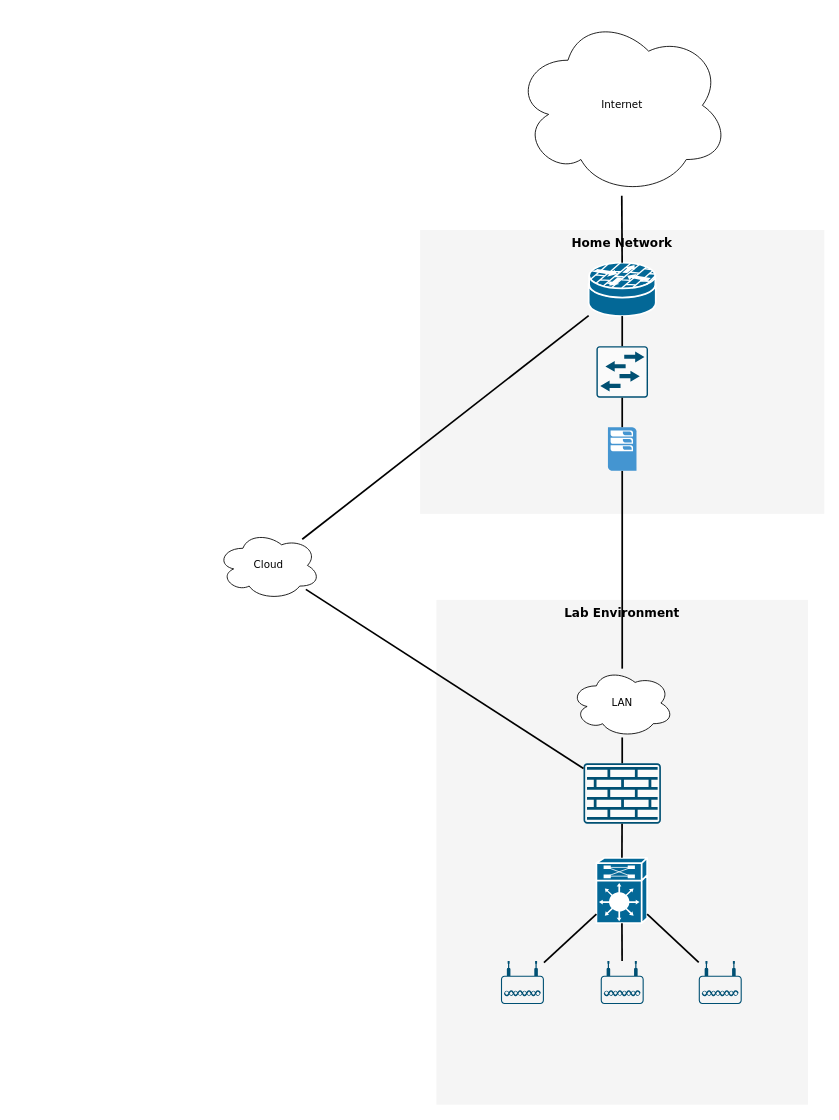
MatKenner/Enterprise-Lab keeps this draw.io diagram as Enterprise Network.drawio. Above is the earlier version. Source tidied: cells renumbered, new cells numbered last; positions are measured from the earlier drawing's top-left corner, leaving out a move shared by most shapes. Both pictures are drawn from the tidied source at 86%, with x=0, y=0 at pixel (217, 15).
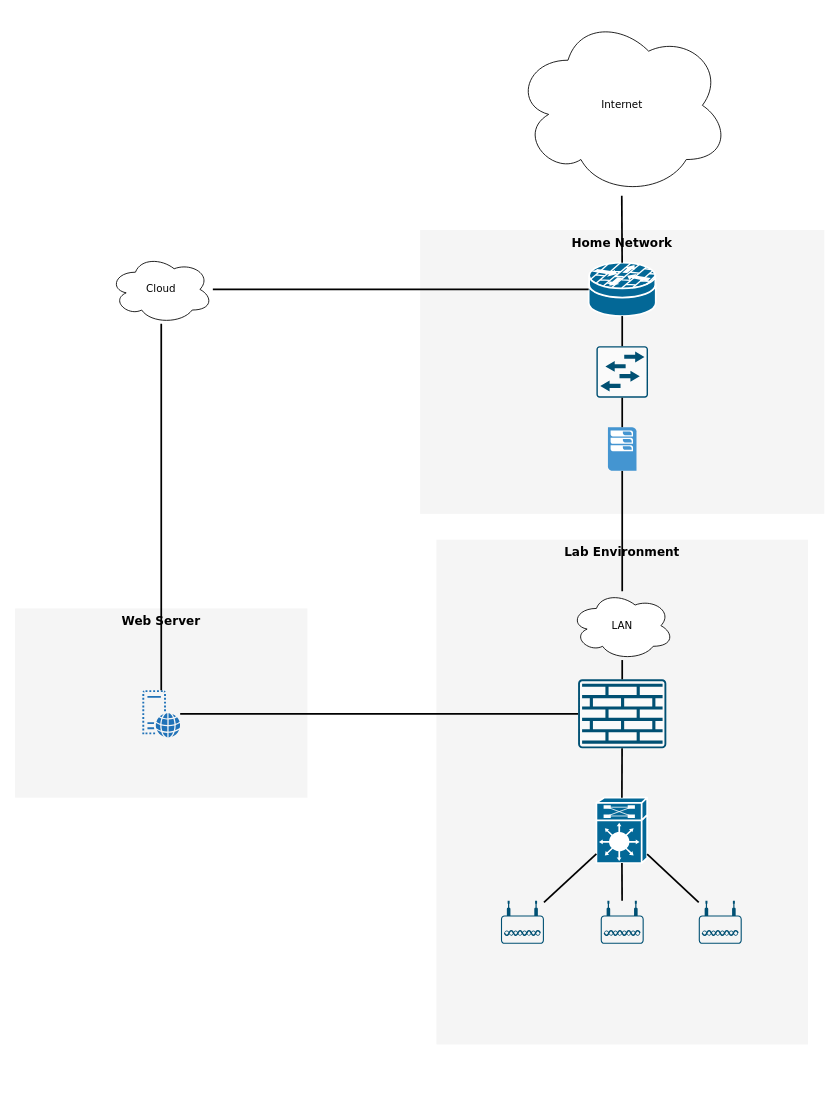
Above is the later version.

What changed in the source:
```diff
@@
     <mxCell id="2" value="Lab Environment" style="whiteSpace=wrap;html=1;rounded=0;shadow=0;comic=0;strokeWidth=1;fontFamily=Verdana;fontSize=14;fillColor=#f5f5f5;strokeColor=none;fontStyle=1;verticalAlign=top;" parent="1" vertex="1">
-      <mxGeometry x="255" y="680" width="432" height="587" as="geometry" />
+      <mxGeometry x="255" y="610" width="432" height="587" as="geometry" />
     </mxCell>
     <mxCell id="3" value="Cloud" style="ellipse;shape=cloud;whiteSpace=wrap;html=1;rounded=0;shadow=0;comic=0;strokeWidth=1;fontFamily=Verdana;fontSize=12;" parent="1" vertex="1">
-      <mxGeometry y="600" width="120" height="80" as="geometry" />
+      <mxGeometry x="-125" y="279" width="120" height="80" as="geometry" />
     </mxCell>
@@
     <mxCell id="5" style="sketch=0;points=[[0.015,0.015,0],[0.985,0.015,0],[0.985,0.985,0],[0.015,0.985,0],[0.25,0,0],[0.5,0,0],[0.75,0,0],[1,0.25,0],[1,0.5,0],[1,0.75,0],[0.75,1,0],[0.5,1,0],[0.25,1,0],[0,0.75,0],[0,0.5,0],[0,0.25,0]];verticalLabelPosition=bottom;html=1;verticalAlign=top;align=center;shape=mxgraph.cisco19.rect;prIcon=firewall;fillColor=#FAFAFA;strokeColor=#005073;" parent="1" vertex="1">
-      <mxGeometry x="426" y="870" width="90" height="70.3" as="geometry" />
+      <mxGeometry x="419.7" y="772.4" width="102.6" height="80.2" as="geometry" />
     </mxCell>
     <mxCell id="6" style="shape=mxgraph.cisco.misc.route_switch_processor;html=1;dashed=0;fillColor=#036897;strokeColor=#ffffff;strokeWidth=2;verticalLabelPosition=bottom;verticalAlign=top;rounded=0;shadow=0;comic=0;fontFamily=Verdana;fontSize=12;" parent="1" vertex="1">
-      <mxGeometry x="441" y="980" width="59" height="76" as="geometry" />
+      <mxGeometry x="441" y="910" width="59" height="76" as="geometry" />
     </mxCell>
@@
     <mxCell id="14" value="LAN" style="ellipse;shape=cloud;whiteSpace=wrap;html=1;rounded=0;shadow=0;comic=0;strokeWidth=1;fontFamily=Verdana;fontSize=12;" parent="1" vertex="1">
-      <mxGeometry x="411" y="760" width="120" height="80" as="geometry" />
+      <mxGeometry x="411" y="670" width="120" height="80" as="geometry" />
     </mxCell>
     <mxCell id="15" style="points=[[0.03,0.36,0],[0.18,0,0],[0.5,0.34,0],[0.82,0,0],[0.97,0.36,0],[1,0.67,0],[0.975,0.975,0],[0.5,1,0],[0.025,0.975,0],[0,0.67,0]];verticalLabelPosition=bottom;sketch=0;html=1;verticalAlign=top;align=center;shape=mxgraph.cisco19.wireless_access_point;fillColor=#005073;strokeColor=none;" parent="1" vertex="1">
-      <mxGeometry x="446" y="1100" width="50" height="50" as="geometry" />
+      <mxGeometry x="446" y="1030" width="50" height="50" as="geometry" />
     </mxCell>
     <mxCell id="16" style="points=[[0.03,0.36,0],[0.18,0,0],[0.5,0.34,0],[0.82,0,0],[0.97,0.36,0],[1,0.67,0],[0.975,0.975,0],[0.5,1,0],[0.025,0.975,0],[0,0.67,0]];verticalLabelPosition=bottom;sketch=0;html=1;verticalAlign=top;align=center;shape=mxgraph.cisco19.wireless_access_point;fillColor=#005073;strokeColor=none;" parent="1" vertex="1">
-      <mxGeometry x="330" y="1100" width="50" height="50" as="geometry" />
+      <mxGeometry x="330" y="1030" width="50" height="50" as="geometry" />
     </mxCell>
     <mxCell id="17" style="points=[[0.03,0.36,0],[0.18,0,0],[0.5,0.34,0],[0.82,0,0],[0.97,0.36,0],[1,0.67,0],[0.975,0.975,0],[0.5,1,0],[0.025,0.975,0],[0,0.67,0]];verticalLabelPosition=bottom;sketch=0;html=1;verticalAlign=top;align=center;shape=mxgraph.cisco19.wireless_access_point;fillColor=#005073;strokeColor=none;" parent="1" vertex="1">
-      <mxGeometry x="560" y="1100" width="50" height="50" as="geometry" />
+      <mxGeometry x="560" y="1030" width="50" height="50" as="geometry" />
     </mxCell>
@@
-    <mxCell id="25" style="edgeStyle=none;html=1;labelBackgroundColor=none;startFill=0;endArrow=none;endFill=0;strokeWidth=2;fontFamily=Verdana;fontSize=12;" parent="1" edge="1" source="3" target="5">
-      <mxGeometry relative="1" as="geometry" />
-    </mxCell>
+    <mxCell id="26" value="Web Server" style="whiteSpace=wrap;html=1;rounded=0;shadow=0;comic=0;strokeWidth=1;fontFamily=Verdana;fontSize=14;fillColor=#f5f5f5;strokeColor=none;fontStyle=1;verticalAlign=top;" parent="1" vertex="1">
+      <mxGeometry x="-235" y="690" width="340" height="220" as="geometry" />
+    </mxCell>
+    <mxCell id="27" style="sketch=0;shadow=0;dashed=0;html=1;strokeColor=none;labelPosition=center;verticalLabelPosition=bottom;verticalAlign=top;outlineConnect=0;align=center;shape=mxgraph.office.servers.virtual_web_server;fillColor=#2072B8;" parent="1" vertex="1">
+      <mxGeometry x="-87" y="785" width="44" height="55" as="geometry" />
+    </mxCell>
+    <mxCell id="28" style="edgeStyle=none;html=1;labelBackgroundColor=none;startFill=0;endArrow=none;endFill=0;strokeWidth=2;fontFamily=Verdana;fontSize=12;" parent="1" edge="1" source="27" target="5">
+      <mxGeometry relative="1" as="geometry" />
+    </mxCell>
+    <mxCell id="29" style="edgeStyle=none;html=1;labelBackgroundColor=none;startFill=0;endArrow=none;endFill=0;strokeWidth=2;fontFamily=Verdana;fontSize=12;" parent="1" edge="1" source="3" target="27">
+      <mxGeometry relative="1" as="geometry" />
+    </mxCell>
```
